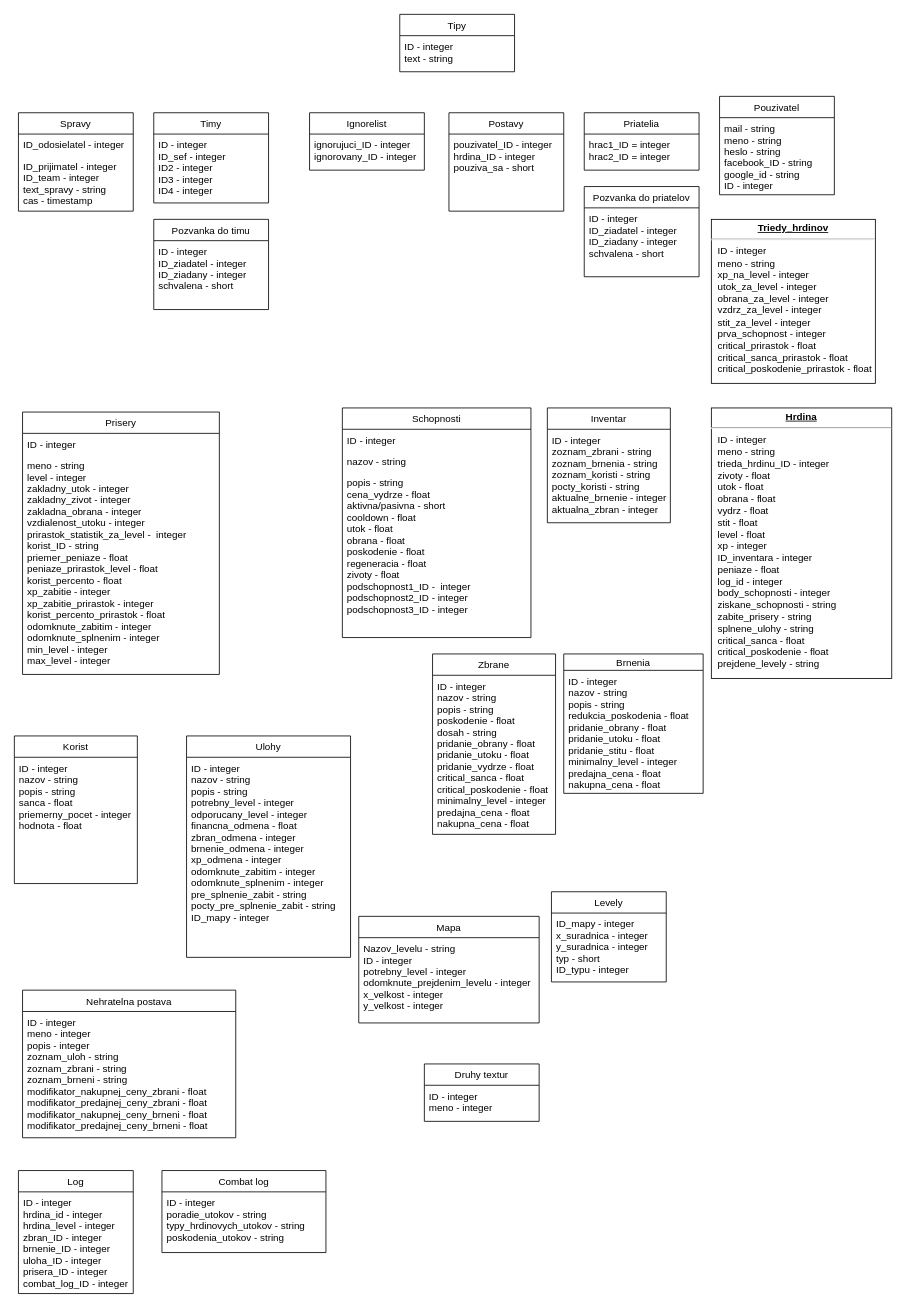
matejpirschel/DBS_zadanie_4 keeps this draw.io diagram as Zadanie4.drawio. Above is the earlier version. Source tidied: cells renumbered, new cells numbered last; positions are measured from the earlier drawing's top-left corner, leaving out a move shared by most shapes. Both pictures are drawn from the tidied source at 82%, with x=0, y=0 at pixel (14, 14).
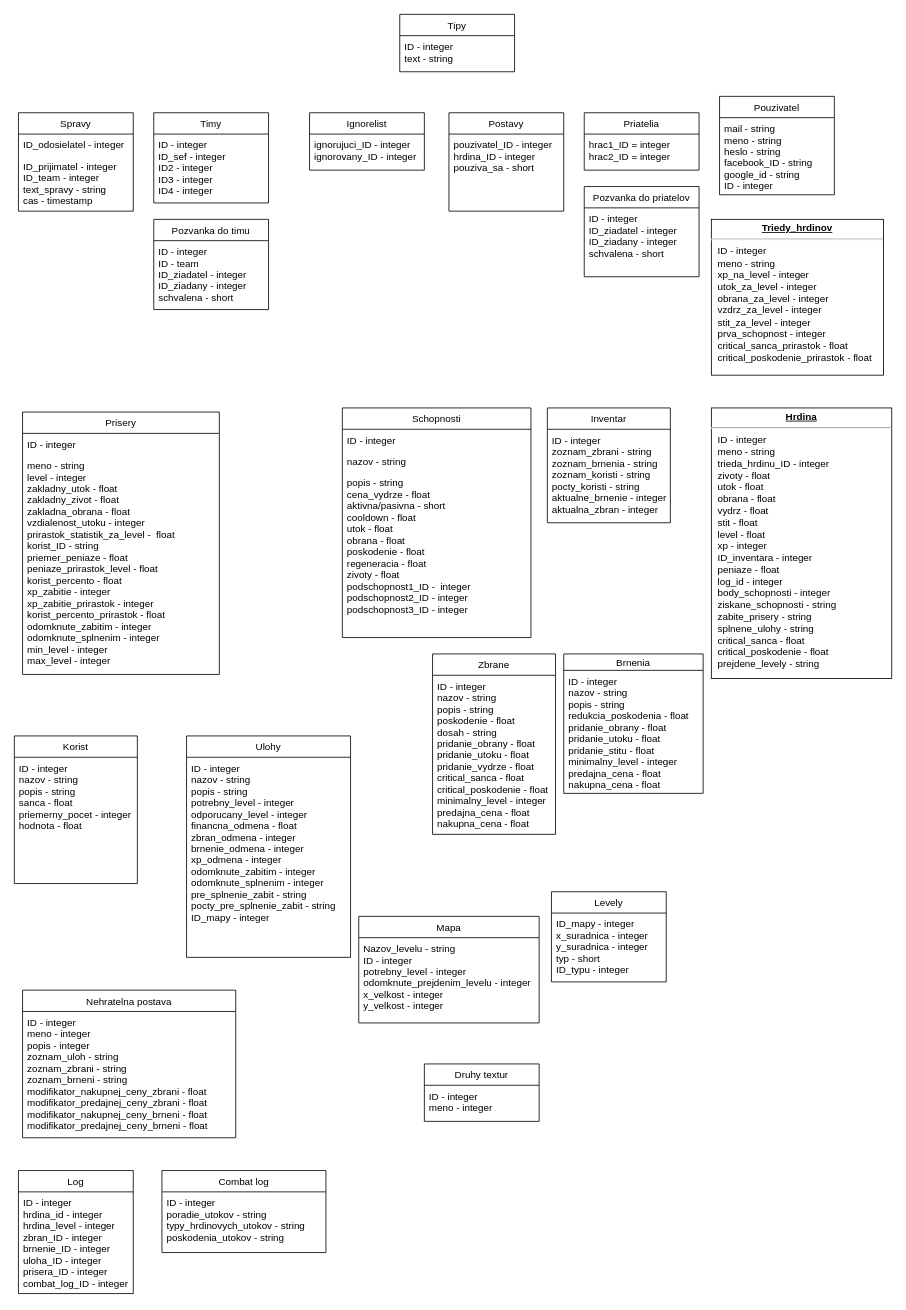
The same diagram, later.

The change refers to these unchanged cells:
```xml
<mxCell id="16" value="Prisery" style="swimlane;fontStyle=0;horizontal=1;startSize=26;fillColor=none;" parent="1" vertex="1">
  <mxGeometry x="10" y="485" width="240" height="320" as="geometry" />
</mxCell>
<mxCell id="48" value="Pozvanka do timu" style="swimlane;fontStyle=0;horizontal=1;startSize=26;fillColor=none;" parent="1" vertex="1">
  <mxGeometry x="170" y="250" width="140" height="110" as="geometry" />
</mxCell>
```

Change to the diagram source:
```diff
@@
-    <mxCell id="2" value="&lt;p style=&quot;margin: 0px ; margin-top: 4px ; text-align: center ; text-decoration: underline&quot;&gt;&lt;b&gt;Triedy_hrdinov&lt;/b&gt;&lt;/p&gt;&lt;hr&gt;&lt;p style=&quot;margin: 0px ; margin-left: 8px&quot;&gt;ID - integer&lt;/p&gt;&lt;p style=&quot;margin: 0px ; margin-left: 8px&quot;&gt;meno - string&lt;/p&gt;&lt;p style=&quot;margin: 0px ; margin-left: 8px&quot;&gt;xp_na_level - integer&lt;/p&gt;&lt;p style=&quot;margin: 0px ; margin-left: 8px&quot;&gt;utok_za_level - integer&lt;/p&gt;&lt;p style=&quot;margin: 0px ; margin-left: 8px&quot;&gt;obrana_za_level - integer&lt;/p&gt;&lt;p style=&quot;margin: 0px ; margin-left: 8px&quot;&gt;vzdrz_za_level - integer&lt;/p&gt;&lt;p style=&quot;margin: 0px ; margin-left: 8px&quot;&gt;stit_za_level - integer&lt;/p&gt;&lt;p style=&quot;margin: 0px ; margin-left: 8px&quot;&gt;prva_schopnost - integer&lt;/p&gt;&lt;p style=&quot;margin: 0px ; margin-left: 8px&quot;&gt;critical_prirastok - float&lt;br&gt;&lt;/p&gt;&lt;p style=&quot;margin: 0px ; margin-left: 8px&quot;&gt;critical_sanca_prirastok - float&lt;/p&gt;&lt;p style=&quot;margin: 0px ; margin-left: 8px&quot;&gt;critical_poskodenie_prirastok - float&lt;br&gt;&lt;/p&gt;" style="verticalAlign=top;align=left;overflow=fill;fontSize=12;fontFamily=Helvetica;html=1;rounded=0;shadow=0;comic=0;labelBackgroundColor=none;strokeWidth=1;" parent="1" vertex="1">
-      <mxGeometry x="850" y="250" width="200" height="200" as="geometry" />
+    <mxCell id="2" value="&lt;p style=&quot;margin: 0px ; margin-top: 4px ; text-align: center ; text-decoration: underline&quot;&gt;&lt;b&gt;Triedy_hrdinov&lt;/b&gt;&lt;/p&gt;&lt;hr&gt;&lt;p style=&quot;margin: 0px ; margin-left: 8px&quot;&gt;ID - integer&lt;/p&gt;&lt;p style=&quot;margin: 0px ; margin-left: 8px&quot;&gt;meno - string&lt;/p&gt;&lt;p style=&quot;margin: 0px ; margin-left: 8px&quot;&gt;xp_na_level - integer&lt;/p&gt;&lt;p style=&quot;margin: 0px ; margin-left: 8px&quot;&gt;utok_za_level - integer&lt;/p&gt;&lt;p style=&quot;margin: 0px ; margin-left: 8px&quot;&gt;obrana_za_level - integer&lt;/p&gt;&lt;p style=&quot;margin: 0px ; margin-left: 8px&quot;&gt;vzdrz_za_level - integer&lt;/p&gt;&lt;p style=&quot;margin: 0px ; margin-left: 8px&quot;&gt;stit_za_level - integer&lt;/p&gt;&lt;p style=&quot;margin: 0px ; margin-left: 8px&quot;&gt;prva_schopnost - integer&lt;/p&gt;&lt;p style=&quot;margin: 0px ; margin-left: 8px&quot;&gt;critical_sanca_prirastok - float&lt;/p&gt;&lt;p style=&quot;margin: 0px ; margin-left: 8px&quot;&gt;critical_poskodenie_prirastok - float&lt;br&gt;&lt;/p&gt;" style="verticalAlign=top;align=left;overflow=fill;fontSize=12;fontFamily=Helvetica;html=1;rounded=0;shadow=0;comic=0;labelBackgroundColor=none;strokeWidth=1;" parent="1" vertex="1">
+      <mxGeometry x="850" y="250" width="210" height="190" as="geometry" />
     </mxCell>
@@
-    <mxCell id="18" value="meno - string &#10;level - integer&#10;zakladny_utok - integer&#10;zakladny_zivot - integer&#10;zakladna_obrana - integer&#10;vzdialenost_utoku - integer&#10;prirastok_statistik_za_level -  integer&#10;korist_ID - string&#10;priemer_peniaze - float&#10;peniaze_prirastok_level - float&#10;korist_percento - float &#10;xp_zabitie - integer&#10;xp_zabitie_prirastok - integer&#10;korist_percento_prirastok - float&#10;odomknute_zabitim - integer&#10;odomknute_splnenim - integer&#10;min_level - integer&#10;max_level - integer&#10;&#10;" style="text;strokeColor=none;fillColor=none;align=left;verticalAlign=top;spacingLeft=4;spacingRight=4;overflow=hidden;" parent="16" vertex="1">
+    <mxCell id="18" value="meno - string &#10;level - integer&#10;zakladny_utok - float&#10;zakladny_zivot - float&#10;zakladna_obrana - float&#10;vzdialenost_utoku - integer&#10;prirastok_statistik_za_level -  float&#10;korist_ID - string&#10;priemer_peniaze - float&#10;peniaze_prirastok_level - float&#10;korist_percento - float &#10;xp_zabitie - integer&#10;xp_zabitie_prirastok - integer&#10;korist_percento_prirastok - float&#10;odomknute_zabitim - integer&#10;odomknute_splnenim - integer&#10;min_level - integer&#10;max_level - integer&#10;&#10;" style="text;strokeColor=none;fillColor=none;align=left;verticalAlign=top;spacingLeft=4;spacingRight=4;overflow=hidden;" parent="16" vertex="1">
       <mxGeometry y="52" width="240" height="268" as="geometry" />
     </mxCell>
@@
-    <mxCell id="49" value="ID - integer&#10;ID_ziadatel - integer&#10;ID_ziadany - integer&#10;schvalena - short" style="text;strokeColor=none;fillColor=none;align=left;verticalAlign=top;spacingLeft=4;spacingRight=4;overflow=hidden;" parent="48" vertex="1">
+    <mxCell id="49" value="ID - integer&#10;ID - team&#10;ID_ziadatel - integer&#10;ID_ziadany - integer&#10;schvalena - short" style="text;strokeColor=none;fillColor=none;align=left;verticalAlign=top;spacingLeft=4;spacingRight=4;overflow=hidden;" parent="48" vertex="1">
       <mxGeometry y="26" width="140" height="84" as="geometry" />
     </mxCell>
```
